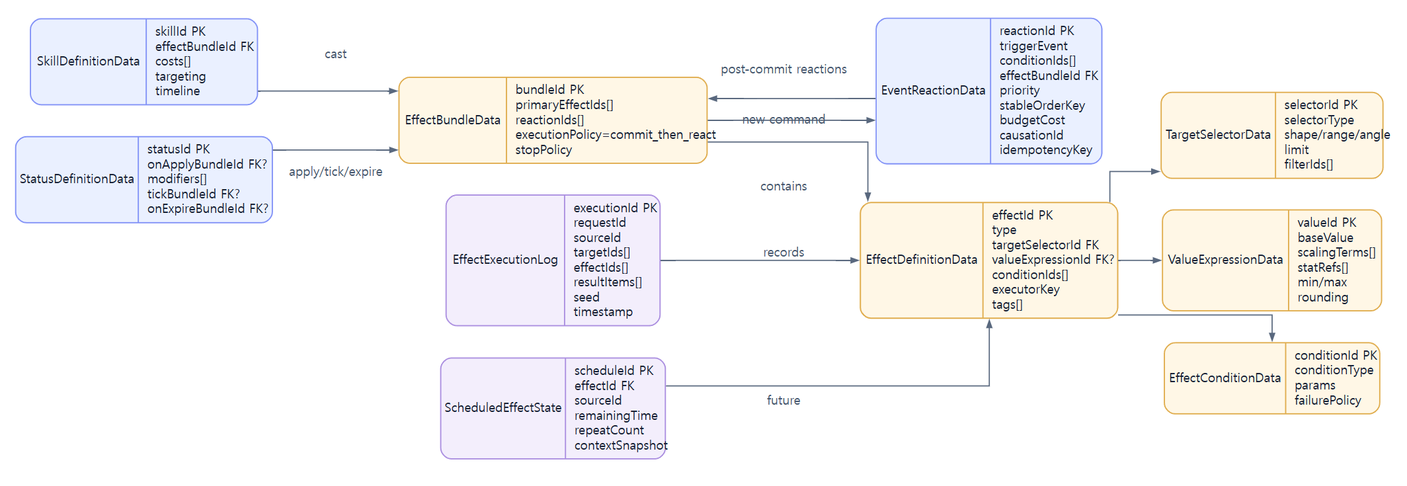
Above: assets/diagrams/13_effect_data_model_diagram.png in JY-LemongO/game-system-framework-knowledge-site (Graphviz), before the change. Its source is kept beside it as source/diagrams/13_effect_data_model_diagram.dot.
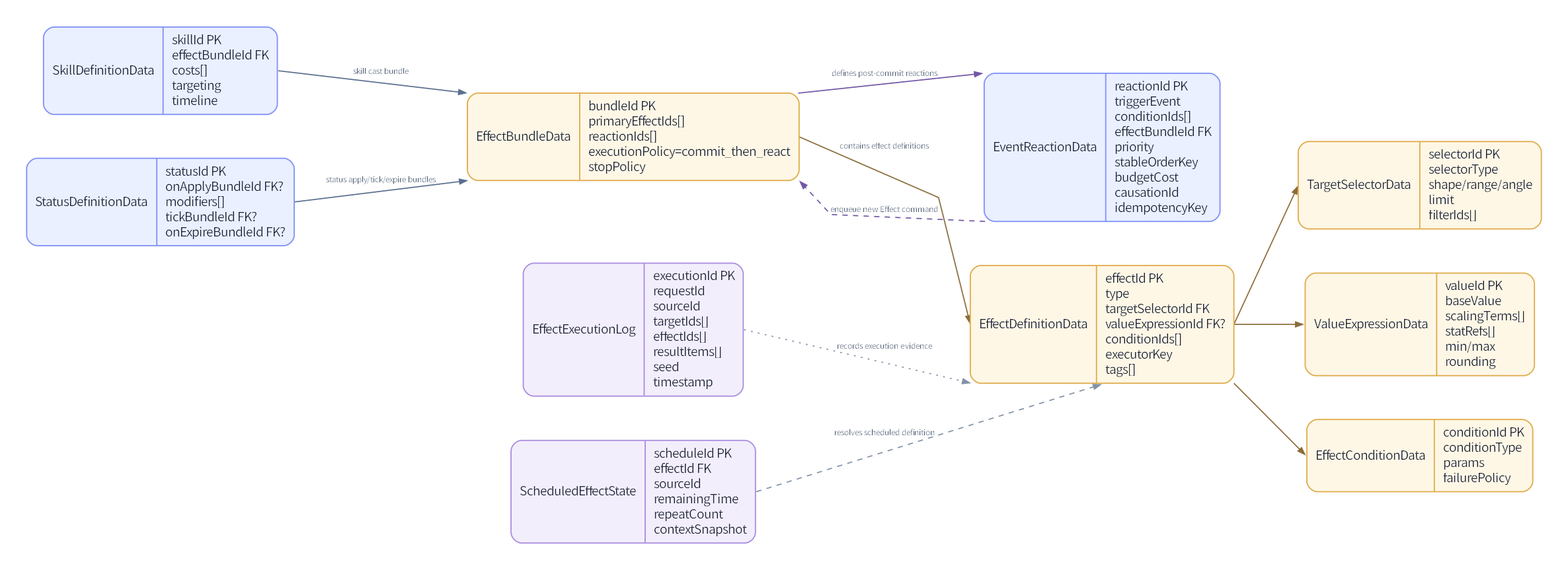
The same diagram one commit later.

Change to the diagram source:
```diff
@@ -1,11 +1,10 @@
 digraph G {
 
-  graph [fontname="Noto Sans CJK KR", bgcolor="#ffffff", margin=0.12, pad=0.25, ranksep=0.65, nodesep=0.48];
-  node [fontname="Noto Sans CJK KR", shape=box, style="rounded,filled", color="#bac7db", penwidth=1.4, fillcolor="#ffffff", fontcolor="#182033", margin="0.14,0.09"];
-  edge [fontname="Noto Sans CJK KR", color="#59687e", fontcolor="#46566e", arrowsize=0.8, penwidth=1.3];
+  graph [fontname="Noto Sans KR", bgcolor="#ffffff", margin=0.12, pad=0.30, ranksep=1.0, nodesep=0.68, newrank=true, outputorder=edgesfirst, splines=polyline];
+  node [fontname="Noto Sans KR", shape=box, style="rounded,filled", color="#bac7db", penwidth=1.4, fillcolor="#ffffff", fontcolor="#182033", margin="0.14,0.09"];
+  edge [fontname="Noto Sans KR", color="#59687e", fontcolor="#46566e", fontsize=9, arrowsize=0.8, penwidth=1.3];
 
   rankdir=LR;
-  splines=ortho;
   node [shape=record, style="rounded,filled", fillcolor="#ffffff"];
   EffectDefinitionData [label="{EffectDefinitionData|effectId PK\ltype\ltargetSelectorId FK\lvalueExpressionId FK?\lconditionIds[]\lexecutorKey\ltags[]\l}", fillcolor="#fff7e6", color="#e0ad4e"];
   EffectBundleData [label="{EffectBundleData|bundleId PK\lprimaryEffectIds[]\lreactionIds[]\lexecutionPolicy=commit_then_react\lstopPolicy\l}", fillcolor="#fff7e6", color="#e0ad4e"];
@@ -18,14 +17,17 @@
   EffectExecutionLog [label="{EffectExecutionLog|executionId PK\lrequestId\lsourceId\ltargetIds[]\leffectIds[]\lresultItems[]\lseed\ltimestamp\l}", fillcolor="#f3eefc", color="#ab8fe0"];
   ScheduledEffectState [label="{ScheduledEffectState|scheduleId PK\leffectId FK\lsourceId\lremainingTime\lrepeatCount\lcontextSnapshot\l}", fillcolor="#f3eefc", color="#ab8fe0"];
 
-  EffectBundleData -> EffectDefinitionData [label="contains"];
-  EffectDefinitionData -> TargetSelectorData;
-  EffectDefinitionData -> ValueExpressionData;
-  EffectDefinitionData -> EffectConditionData;
-  SkillDefinitionData -> EffectBundleData [label="cast"];
-  StatusDefinitionData -> EffectBundleData [label="apply/tick/expire"];
-  EffectBundleData -> EventReactionData [label="post-commit reactions"];
-  EventReactionData -> EffectBundleData [label="new command"];
-  EffectExecutionLog -> EffectDefinitionData [label="records"];
-  ScheduledEffectState -> EffectDefinitionData [label="future"];
+  { rank=same; SkillDefinitionData; StatusDefinitionData; }
+  { rank=same; EffectExecutionLog; ScheduledEffectState; }
+
+  EffectBundleData:e -> EffectDefinitionData:w [label="contains effect definitions" color="#8A6D3B"];
+  EffectDefinitionData:e -> TargetSelectorData:w [color="#8A6D3B"];
+  EffectDefinitionData:e -> ValueExpressionData:w [color="#8A6D3B"];
+  EffectDefinitionData:se -> EffectConditionData:w [color="#8A6D3B"];
+  SkillDefinitionData:e -> EffectBundleData:nw [label="skill cast bundle" color="#5B6F8F"];
+  StatusDefinitionData:e -> EffectBundleData:sw [label="status apply/tick/expire bundles" color="#5B6F8F"];
+  EffectBundleData:ne -> EventReactionData:nw [label="defines post-commit reactions" color="#7257A6"];
+  EventReactionData:sw -> EffectBundleData:se [label="enqueue new Effect command" color="#7257A6" constraint=false style=dashed];
+  EffectExecutionLog:e -> EffectDefinitionData:sw [label="records execution evidence" color="#8292A8" style=dotted];
+  ScheduledEffectState:e -> EffectDefinitionData:s [label="resolves scheduled definition" color="#8292A8" style=dashed];
 }
```
